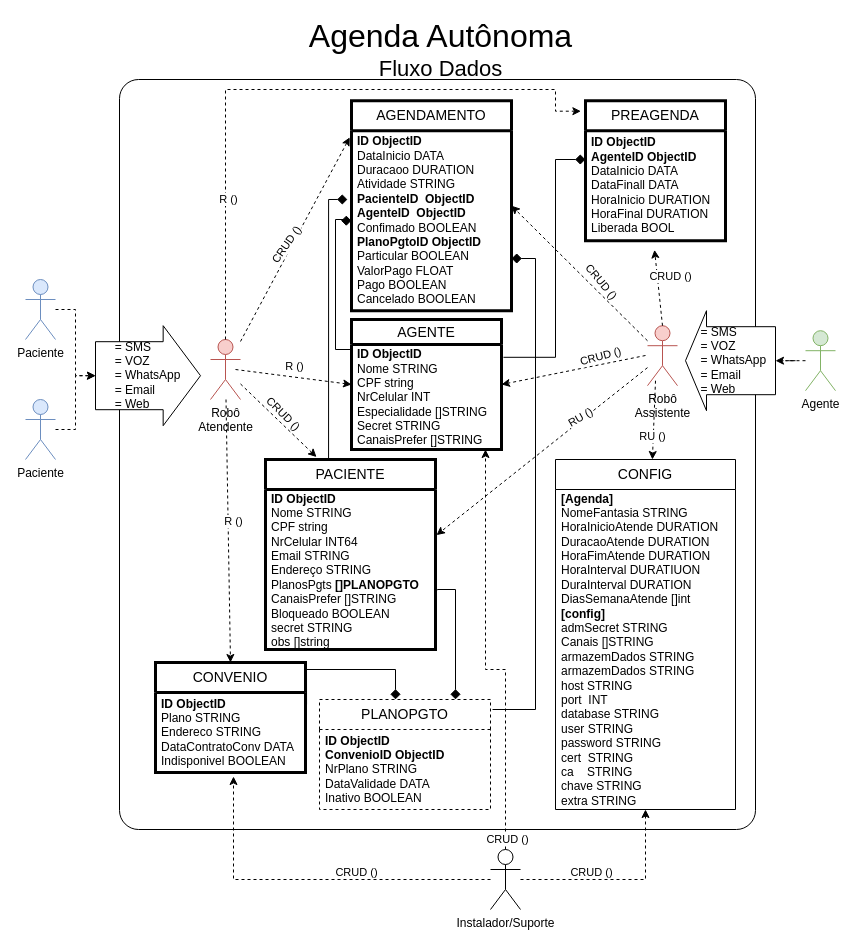
gunboe/Agenda keeps this draw.io diagram as page "Página-1" (1 of 2) of Agenda.drawio. Above is the earlier version. Source tidied: cells renumbered, new cells numbered last; positions are measured from the earlier drawing's top-left corner, leaving out a move shared by most shapes. Both pictures are drawn from the tidied source at 100%, with x=0, y=0 at pixel (25, 19).
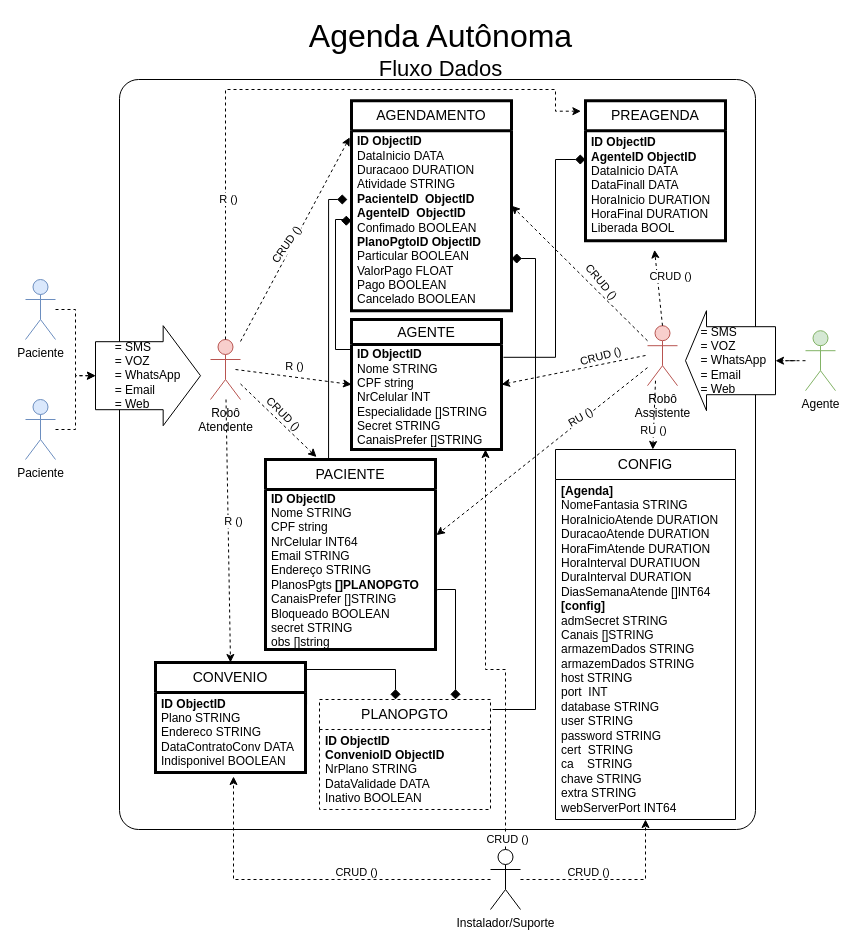
The same diagram, later.

Change to the diagram source:
```diff
@@
     <mxCell id="31" value="&lt;font style=&quot;font-size: 14px;&quot;&gt;CONFIG&lt;/font&gt;" style="swimlane;fontStyle=0;horizontal=1;startSize=30;whiteSpace=wrap;html=1;" parent="1" vertex="1">
-      <mxGeometry x="530" y="440" width="180" height="350" as="geometry" />
+      <mxGeometry x="530" y="430" width="180" height="370" as="geometry" />
     </mxCell>
-    <mxCell id="32" value="&lt;b&gt;[Agenda]&lt;br&gt;&lt;/b&gt;NomeFantasia STRING&lt;br&gt;HoraInicioAtende DURATION&lt;br&gt;DuracaoAtende DURATION&lt;br&gt;HoraFimAtende DURATION&lt;br&gt;HoraInterval DURATIUON&lt;br&gt;DuraInterval DURATION&lt;br&gt;DiasSemanaAtende []int&lt;br&gt;&lt;b&gt;[config]&lt;br&gt;&lt;/b&gt;admSecret STRING&lt;br&gt;Canais []STRING&lt;br&gt;armazemDados STRING&lt;br&gt;&lt;div&gt;armazemDados STRING&lt;/div&gt;&lt;div&gt;host STRING&lt;/div&gt;&lt;div&gt;port&amp;nbsp; INT&lt;/div&gt;&lt;div&gt;database STRING&lt;/div&gt;&lt;div&gt;user STRING&lt;/div&gt;&lt;div&gt;password STRING&lt;/div&gt;&lt;div&gt;cert&amp;nbsp; STRING&lt;/div&gt;&lt;div&gt;ca&amp;nbsp; &amp;nbsp; STRING&lt;/div&gt;&lt;div&gt;chave STRING&lt;/div&gt;&lt;div&gt;extra STRING&lt;/div&gt;" style="text;strokeColor=none;fillColor=none;align=left;verticalAlign=middle;spacingLeft=4;spacingRight=4;overflow=hidden;whiteSpace=wrap;html=1;" parent="31" vertex="1">
-      <mxGeometry y="30" width="180" height="320" as="geometry" />
+    <mxCell id="32" value="&lt;b&gt;[Agenda]&lt;br&gt;&lt;/b&gt;NomeFantasia STRING&lt;br&gt;HoraInicioAtende DURATION&lt;br&gt;DuracaoAtende DURATION&lt;br&gt;HoraFimAtende DURATION&lt;br&gt;HoraInterval DURATIUON&lt;br&gt;DuraInterval DURATION&lt;br&gt;DiasSemanaAtende []INT64&lt;br&gt;&lt;b&gt;[config]&lt;br&gt;&lt;/b&gt;admSecret STRING&lt;br&gt;Canais []STRING&lt;br&gt;armazemDados STRING&lt;br&gt;&lt;div&gt;armazemDados STRING&lt;/div&gt;&lt;div&gt;host STRING&lt;/div&gt;&lt;div&gt;port&amp;nbsp; INT&lt;/div&gt;&lt;div&gt;database STRING&lt;/div&gt;&lt;div&gt;user STRING&lt;/div&gt;&lt;div&gt;password STRING&lt;/div&gt;&lt;div&gt;cert&amp;nbsp; STRING&lt;/div&gt;&lt;div&gt;ca&amp;nbsp; &amp;nbsp; STRING&lt;/div&gt;&lt;div&gt;chave STRING&lt;/div&gt;&lt;div&gt;extra STRING&lt;/div&gt;&lt;div&gt;webServerPort INT64&lt;/div&gt;" style="text;strokeColor=none;fillColor=none;align=left;verticalAlign=middle;spacingLeft=4;spacingRight=4;overflow=hidden;whiteSpace=wrap;html=1;" parent="31" vertex="1">
+      <mxGeometry y="30" width="180" height="340" as="geometry" />
     </mxCell>
```
